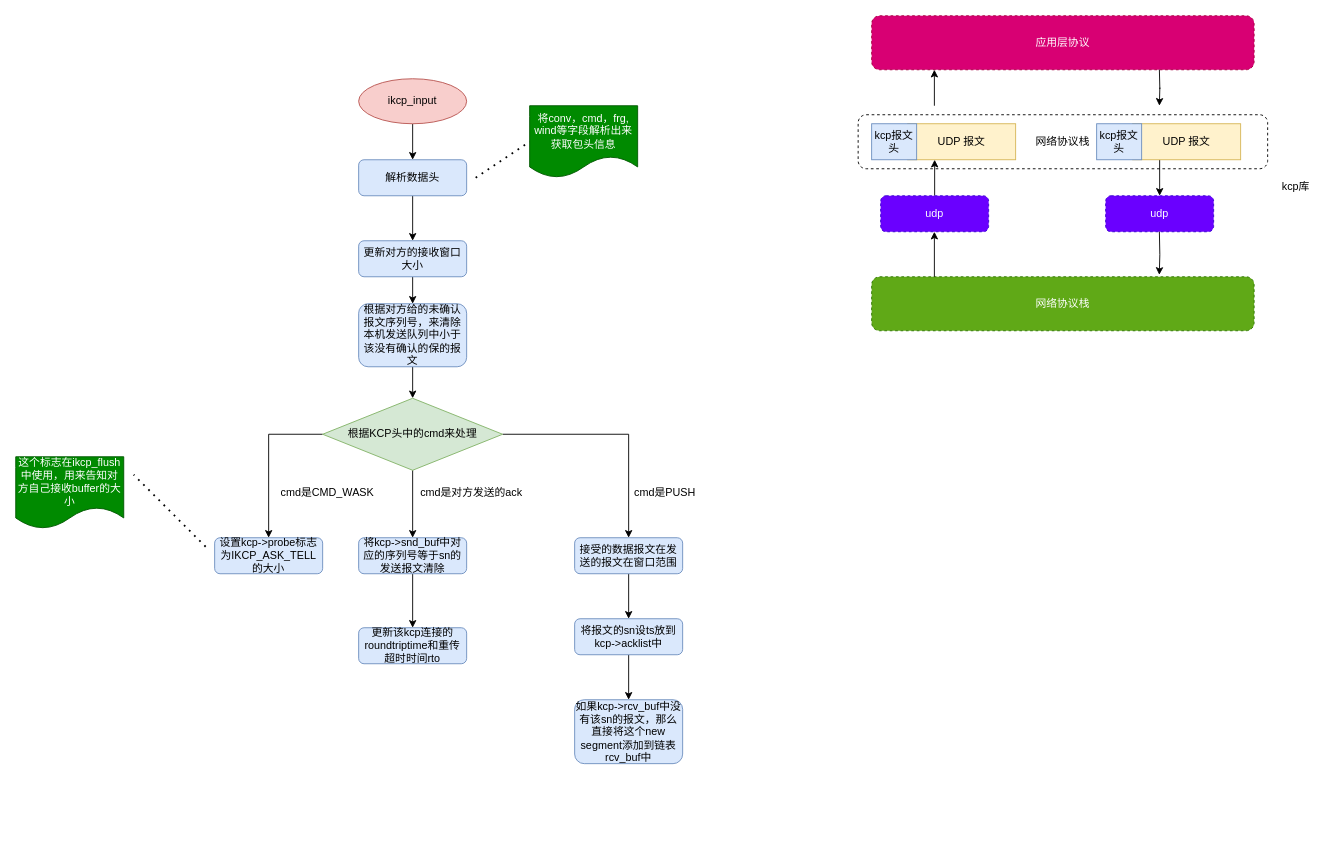
This is kcp.drawio from BruceChen7/kcp, a draw.io file, before an edit. Source tidied: cells renumbered, new cells numbered last; positions are measured from the earlier drawing's top-left corner, leaving out a move shared by most shapes. Both pictures are drawn from the tidied source at 90%, with x=0, y=0 at pixel (15, 15).
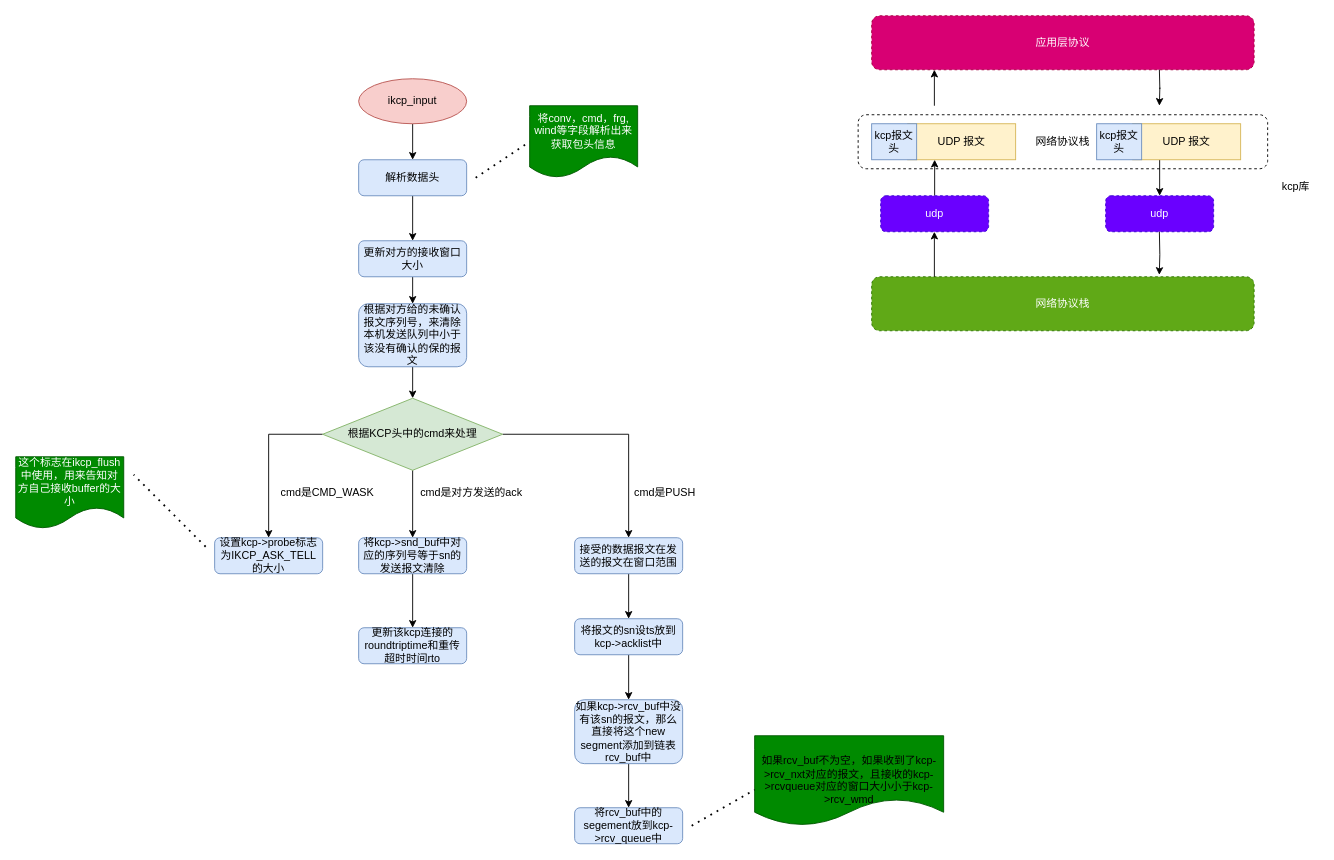
The same diagram, later.

The change refers to these unchanged cells:
```xml
<mxCell id="43" value="如果kcp-&amp;gt;rcv_buf中没有该sn的报文，那么直接将这个new segment添加到&lt;span&gt;链表rcv_buf中&lt;/span&gt;" style="rounded=1;whiteSpace=wrap;html=1;fillColor=#dae8fc;strokeColor=#6c8ebf;" parent="1" vertex="1">
  <mxGeometry x="621" y="760" width="120" height="71" as="geometry" />
</mxCell>
```

Diff of the diagram source:
```diff
@@
+    <mxCell id="47" style="edgeStyle=orthogonalEdgeStyle;rounded=0;jettySize=auto;html=1;exitX=0.5;exitY=1;exitDx=0;exitDy=0;entryX=0.5;entryY=0;entryDx=0;entryDy=0;" parent="1" edge="1" source="43" target="48">
+      <mxGeometry relative="1" as="geometry" />
+    </mxCell>
@@
+    <mxCell id="48" value="将rcv_buf中的segement放到kcp-&amp;gt;rcv_queue中" style="rounded=1;whiteSpace=wrap;html=1;fillColor=#dae8fc;strokeColor=#6c8ebf;" parent="1" vertex="1">
+      <mxGeometry x="621" y="880" width="120" height="40" as="geometry" />
+    </mxCell>
+    <mxCell id="49" value="&lt;br style=&quot;color: rgb(0 , 0 , 0)&quot;&gt;&lt;br style=&quot;color: rgb(0 , 0 , 0)&quot;&gt;&lt;span style=&quot;color: rgb(0 , 0 , 0) ; font-family: &amp;#34;helvetica&amp;#34;&quot;&gt;如果rcv_buf不为空，如果收到了kcp-&amp;gt;rcv_nxt对应的报文，且接收的kcp-&amp;gt;rcvqueue对应的窗口大小小于kcp-&amp;gt;rcv_wmd&lt;/span&gt;" style="shape=document;whiteSpace=wrap;html=1;boundedLbl=1;fillColor=#008a00;strokeColor=#005700;fontColor=#ffffff;" parent="1" vertex="1">
+      <mxGeometry x="821" y="800" width="210" height="100" as="geometry" />
+    </mxCell>
+    <mxCell id="50" style="endArrow=none;dashed=1;html=1;dashPattern=1 3;strokeWidth=2;" parent="1" edge="1">
+      <mxGeometry relative="1" as="geometry">
+        <mxPoint x="751" y="900" as="sourcePoint" />
+        <mxPoint x="821" y="860" as="targetPoint" />
+      </mxGeometry>
+    </mxCell>
```
